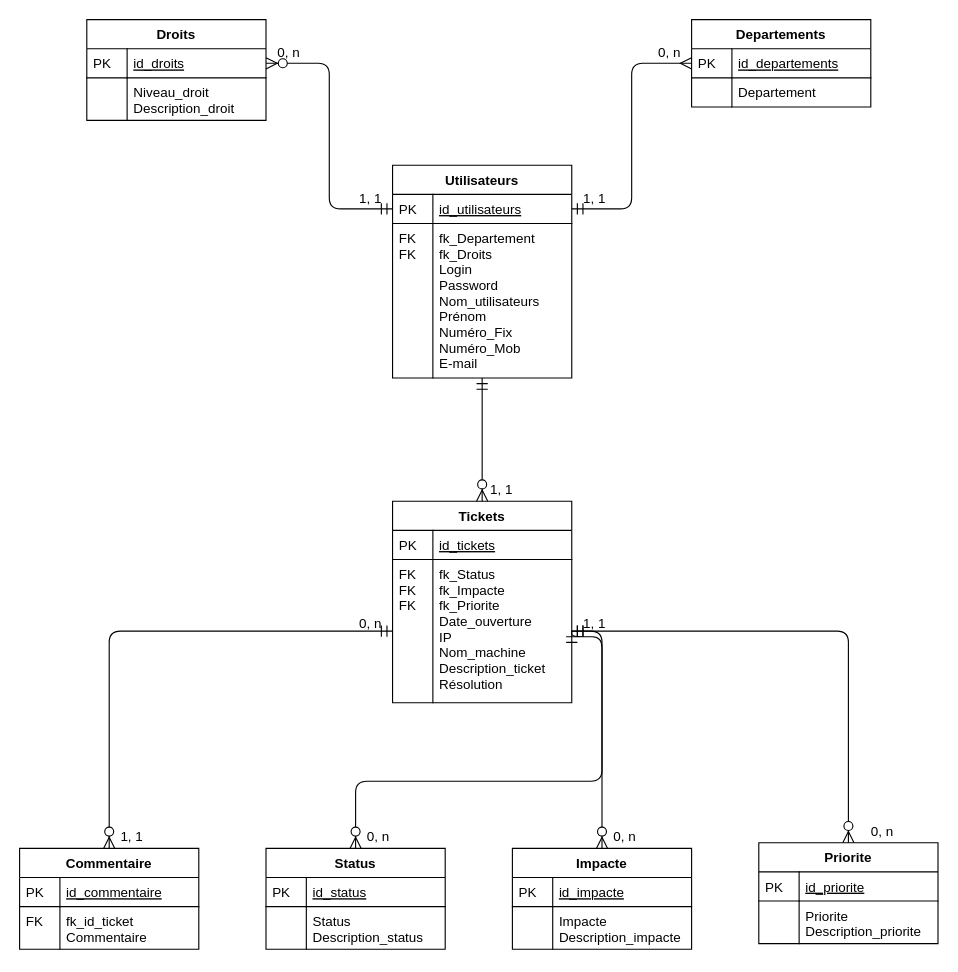
Above: Base de données/MLD_MPTicket.drawio in Hero-Chan/Projet_Ticketing (draw.io), before the change. Source tidied: cells renumbered, new cells numbered last; positions are measured from the earlier drawing's top-left corner, leaving out a move shared by most shapes. Both pictures are drawn from the tidied source at 112%, with x=0, y=0 at pixel (19, 19).
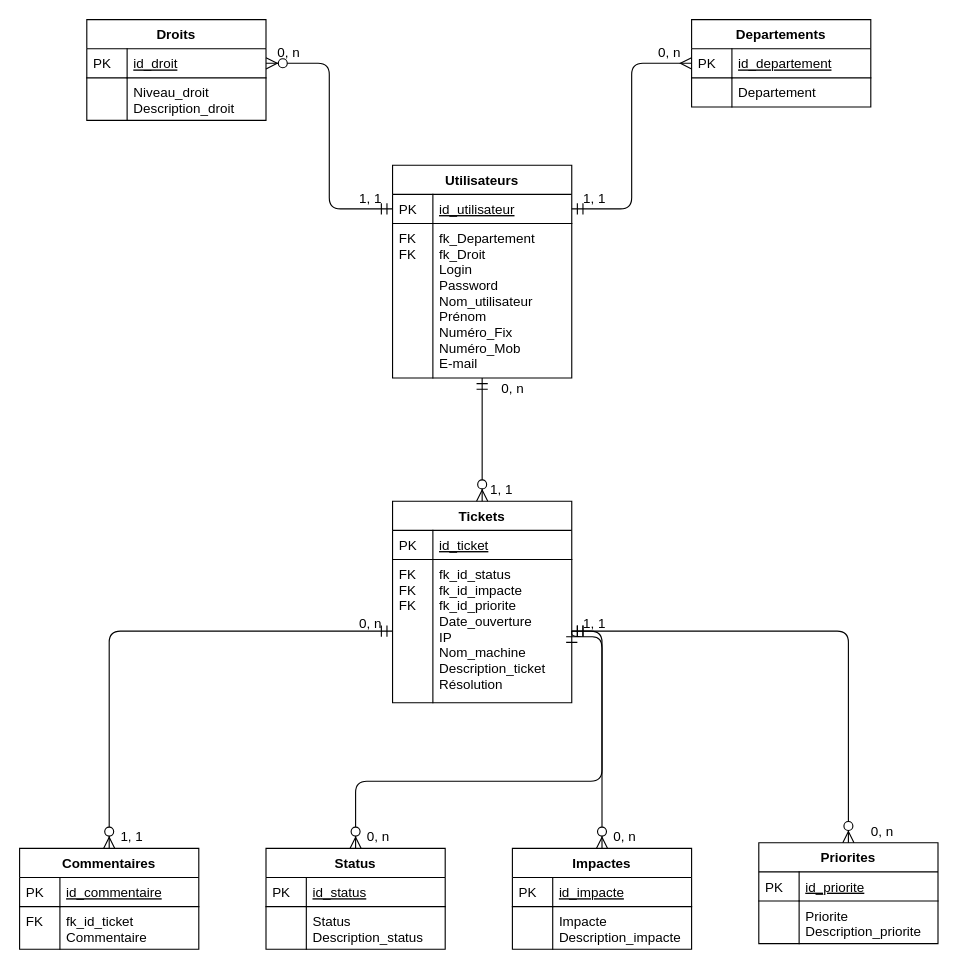
The same diagram, later.

Unchanged cells that the change refers to:
```xml
<mxCell id="2" value="Departements" style="swimlane;fontStyle=1;horizontal=1;startSize=26;rounded=0;shadow=0;strokeWidth=1;" parent="1" vertex="1">
  <mxGeometry x="600" width="160" height="78" as="geometry" />
</mxCell>
<mxCell id="7" value="Utilisateurs" style="swimlane;fontStyle=1;horizontal=1;startSize=26;rounded=0;shadow=0;strokeWidth=1;" parent="1" vertex="1">
  <mxGeometry x="333" y="130" width="160" height="190" as="geometry" />
</mxCell>
<mxCell id="13" value="Tickets" style="swimlane;fontStyle=1;horizontal=1;startSize=26;rounded=0;shadow=0;strokeWidth=1;" parent="1" vertex="1">
  <mxGeometry x="333" y="430" width="160" height="180" as="geometry" />
</mxCell>
<mxCell id="19" value="Droits" style="swimlane;fontStyle=1;horizontal=1;startSize=26;rounded=0;shadow=0;strokeWidth=1;" parent="1" vertex="1">
  <mxGeometry x="60" width="160" height="90" as="geometry" />
</mxCell>
```

The edit, as a diff of the source:
```diff
@@
-    <mxCell id="3" value="id_departements" style="shape=partialRectangle;top=0;left=0;right=0;bottom=1;align=left;verticalAlign=top;fillColor=none;spacingLeft=40;spacingRight=4;overflow=hidden;points=[[0,0.5],[1,0.5]];portConstraint=eastwest;rounded=0;shadow=0;strokeWidth=1;fontStyle=4;" parent="2" vertex="1">
+    <mxCell id="3" value="id_departement" style="shape=partialRectangle;top=0;left=0;right=0;bottom=1;align=left;verticalAlign=top;fillColor=none;spacingLeft=40;spacingRight=4;overflow=hidden;points=[[0,0.5],[1,0.5]];portConstraint=eastwest;rounded=0;shadow=0;strokeWidth=1;fontStyle=4;" parent="2" vertex="1">
       <mxGeometry y="26" width="160" height="26" as="geometry" />
     </mxCell>
@@
-    <mxCell id="8" value="id_utilisateurs" style="shape=partialRectangle;top=0;left=0;right=0;bottom=1;align=left;verticalAlign=top;fillColor=none;spacingLeft=40;spacingRight=4;overflow=hidden;points=[[0,0.5],[1,0.5]];portConstraint=eastwest;rounded=0;shadow=0;strokeWidth=1;fontStyle=4;" parent="7" vertex="1">
+    <mxCell id="8" value="id_utilisateur" style="shape=partialRectangle;top=0;left=0;right=0;bottom=1;align=left;verticalAlign=top;fillColor=none;spacingLeft=40;spacingRight=4;overflow=hidden;points=[[0,0.5],[1,0.5]];portConstraint=eastwest;rounded=0;shadow=0;strokeWidth=1;fontStyle=4;" parent="7" vertex="1">
       <mxGeometry y="26" width="160" height="26" as="geometry" />
     </mxCell>
@@
-    <mxCell id="10" value="fk_Departement&#10;fk_Droits&#10;Login&#10;Password&#10;Nom_utilisateurs&#10;Prénom&#10;Numéro_Fix&#10;Numéro_Mob&#10;E-mail" style="shape=partialRectangle;top=0;left=0;right=0;bottom=0;align=left;verticalAlign=top;fillColor=none;spacingLeft=40;spacingRight=4;overflow=hidden;rounded=0;shadow=0;strokeWidth=1;" parent="7" vertex="1">
+    <mxCell id="10" value="fk_Departement&#10;fk_Droit&#10;Login&#10;Password&#10;Nom_utilisateur&#10;Prénom&#10;Numéro_Fix&#10;Numéro_Mob&#10;E-mail" style="shape=partialRectangle;top=0;left=0;right=0;bottom=0;align=left;verticalAlign=top;fillColor=none;spacingLeft=40;spacingRight=4;overflow=hidden;rounded=0;shadow=0;strokeWidth=1;" parent="7" vertex="1">
       <mxGeometry y="52" width="160" height="138" as="geometry" />
     </mxCell>
@@
-    <mxCell id="14" value="id_tickets" style="shape=partialRectangle;top=0;left=0;right=0;bottom=1;align=left;verticalAlign=top;fillColor=none;spacingLeft=40;spacingRight=4;overflow=hidden;rounded=0;shadow=0;strokeWidth=1;fontStyle=4;" parent="13" vertex="1">
+    <mxCell id="14" value="id_ticket" style="shape=partialRectangle;top=0;left=0;right=0;bottom=1;align=left;verticalAlign=top;fillColor=none;spacingLeft=40;spacingRight=4;overflow=hidden;rounded=0;shadow=0;strokeWidth=1;fontStyle=4;" parent="13" vertex="1">
       <mxGeometry y="26" width="160" height="26" as="geometry" />
     </mxCell>
@@
-    <mxCell id="16" value="fk_Status&#10;fk_Impacte&#10;fk_Priorite&#10;Date_ouverture&#10;IP&#10;Nom_machine&#10;Description_ticket&#10;Résolution" style="shape=partialRectangle;top=0;left=0;right=0;bottom=0;align=left;verticalAlign=top;fillColor=none;spacingLeft=40;spacingRight=4;overflow=hidden;points=[[0,0.5],[1,0.5]];portConstraint=eastwest;rounded=0;shadow=0;strokeWidth=1;" parent="13" vertex="1">
+    <mxCell id="16" value="fk_id_status&#10;fk_id_impacte&#10;fk_id_priorite&#10;Date_ouverture&#10;IP&#10;Nom_machine&#10;Description_ticket&#10;Résolution" style="shape=partialRectangle;top=0;left=0;right=0;bottom=0;align=left;verticalAlign=top;fillColor=none;spacingLeft=40;spacingRight=4;overflow=hidden;points=[[0,0.5],[1,0.5]];portConstraint=eastwest;rounded=0;shadow=0;strokeWidth=1;" parent="13" vertex="1">
       <mxGeometry y="52" width="160" height="128" as="geometry" />
     </mxCell>
@@
-    <mxCell id="20" value="id_droits" style="shape=partialRectangle;top=0;left=0;right=0;bottom=1;align=left;verticalAlign=top;fillColor=none;spacingLeft=40;spacingRight=4;overflow=hidden;points=[[0,0.5],[1,0.5]];portConstraint=eastwest;rounded=0;shadow=0;strokeWidth=1;fontStyle=4;" parent="19" vertex="1">
+    <mxCell id="20" value="id_droit" style="shape=partialRectangle;top=0;left=0;right=0;bottom=1;align=left;verticalAlign=top;fillColor=none;spacingLeft=40;spacingRight=4;overflow=hidden;points=[[0,0.5],[1,0.5]];portConstraint=eastwest;rounded=0;shadow=0;strokeWidth=1;fontStyle=4;" parent="19" vertex="1">
       <mxGeometry y="26" width="160" height="26" as="geometry" />
     </mxCell>
@@
-    <mxCell id="30" value="Commentaire" style="swimlane;fontStyle=1;horizontal=1;startSize=26;rounded=0;shadow=0;strokeWidth=1;" parent="1" vertex="1">
+    <mxCell id="30" value="Commentaires" style="swimlane;fontStyle=1;horizontal=1;startSize=26;rounded=0;shadow=0;strokeWidth=1;" parent="1" vertex="1">
       <mxGeometry y="740" width="160" height="90" as="geometry" />
     </mxCell>
@@
-    <mxCell id="35" value="Impacte" style="swimlane;fontStyle=1;horizontal=1;startSize=26;rounded=0;shadow=0;strokeWidth=1;" parent="1" vertex="1">
+    <mxCell id="35" value="Impactes" style="swimlane;fontStyle=1;horizontal=1;startSize=26;rounded=0;shadow=0;strokeWidth=1;" parent="1" vertex="1">
       <mxGeometry x="440" y="740" width="160" height="90" as="geometry" />
     </mxCell>
@@
-    <mxCell id="40" value="Priorite" style="swimlane;fontStyle=1;horizontal=1;startSize=26;rounded=0;shadow=0;strokeWidth=1;" parent="1" vertex="1">
+    <mxCell id="40" value="Priorites" style="swimlane;fontStyle=1;horizontal=1;startSize=26;rounded=0;shadow=0;strokeWidth=1;" parent="1" vertex="1">
       <mxGeometry x="660" y="735" width="160" height="90" as="geometry" />
     </mxCell>
@@
+    <mxCell id="60" value="0, n" style="text;html=1;align=center;verticalAlign=middle;" parent="1" vertex="1">
+      <mxGeometry x="420" y="320" width="40" height="20" as="geometry" />
+    </mxCell>
```
